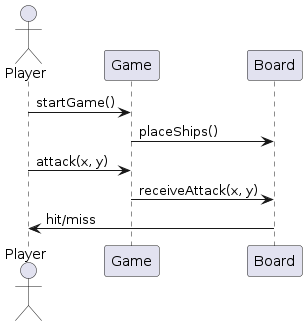
This is Final_Project/uml/Process_View.png from joywalgren/FinalProject_OOP, a PlantUML export, as it was before one commit. The source it was exported from:
```plantuml
@startuml Process_View
actor Player
participant Game
participant Board

Player -> Game: startGame()
Game -> Board: placeShips()
Player -> Game: attack(x, y)
Game -> Board: receiveAttack(x, y)
Board -> Player: hit/miss
@enduml
```
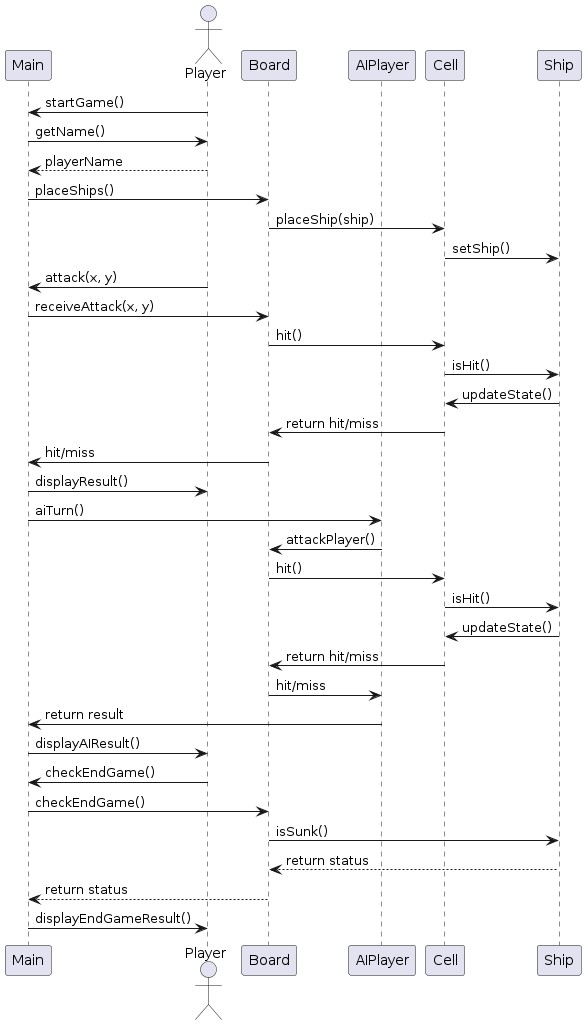
The same diagram one commit later.

The edit, as a diff of the source:
```diff
@@ -1,11 +1,43 @@
 @startuml Process_View
 actor Player
-participant Game
+participant Main
+participant Player
 participant Board
+participant AIPlayer
+participant Cell
+participant Ship
 
-Player -> Game: startGame()
-Game -> Board: placeShips()
-Player -> Game: attack(x, y)
-Game -> Board: receiveAttack(x, y)
-Board -> Player: hit/miss
+Player -> Main: startGame()
+Main -> Player: getName()
+Player --> Main: playerName
+Main -> Board: placeShips()
+Board -> Cell: placeShip(ship)
+Cell -> Ship: setShip()
+
+Player -> Main: attack(x, y)
+Main -> Board: receiveAttack(x, y)
+Board -> Cell: hit()
+Cell -> Ship: isHit()
+Ship -> Cell: updateState()
+Cell -> Board: return hit/miss
+Board -> Main: hit/miss
+Main -> Player: displayResult()
+
+Main -> AIPlayer: aiTurn()
+AIPlayer -> Board: attackPlayer()
+Board -> Cell: hit()
+Cell -> Ship: isHit()
+Ship -> Cell: updateState()
+Cell -> Board: return hit/miss
+Board -> AIPlayer: hit/miss
+AIPlayer -> Main: return result
+Main -> Player: displayAIResult()
+
+Player -> Main: checkEndGame()
+Main -> Board: checkEndGame()
+Board -> Ship: isSunk()
+Ship --> Board: return status
+Board --> Main: return status
+Main -> Player: displayEndGameResult()
+
 @enduml
```
